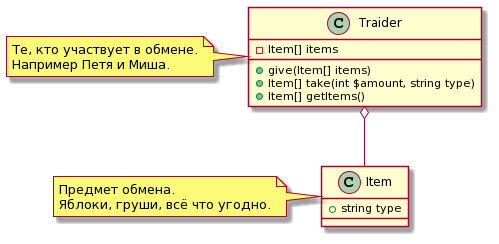
Before: more/uml/images/cd03.png, a diagram exported from PlantUML (EgorBanin/EgorBanin.github.io). Its diagram source:
```plantuml
@startuml
class Traider {
    - Item[] items
    + give(Item[] items)
    + Item[] take(int $amount, string type)
    + Item[] getItems()
}
note left
    Те, кто участвует в обмене.
    Например Петя и Миша.
end note

class Item {
    + string type
}

note left
    Предмет обмена.
    Яблоки, груши, всё что угодно.
end note

Traider o-- Item
@enduml
```
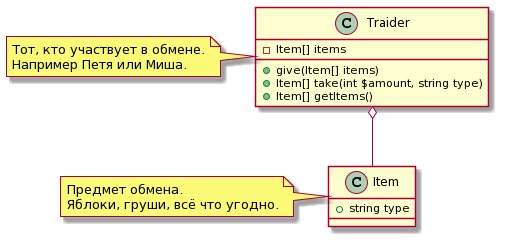
The same diagram one commit later.

Commit message:
uml fix diagram

Diff of the diagram source:
```diff
@@ -6,8 +6,8 @@
     + Item[] getItems()
 }
 note left
-    Те, кто участвует в обмене.
-    Например Петя и Миша.
+    Тот, кто участвует в обмене.
+    Например Петя или Миша.
 end note
 
 class Item {
```
